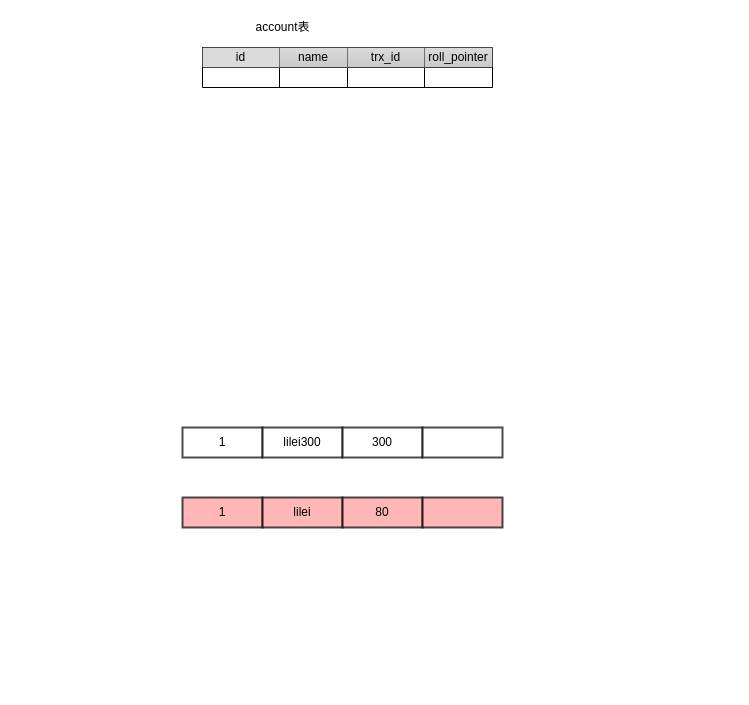
This is page "undo日志版本链与read view机制详解" (8 of 9) of mysql/MySQL索引数据结构.drawio from LiHuiBin1995/study-java, a draw.io file, before an edit. Source tidied: cells renumbered, new cells numbered last; positions are measured from the earlier drawing's top-left corner, leaving out a move shared by most shapes. Both pictures are drawn from the tidied source at 100%, with x=0, y=0 at pixel (182, 17).
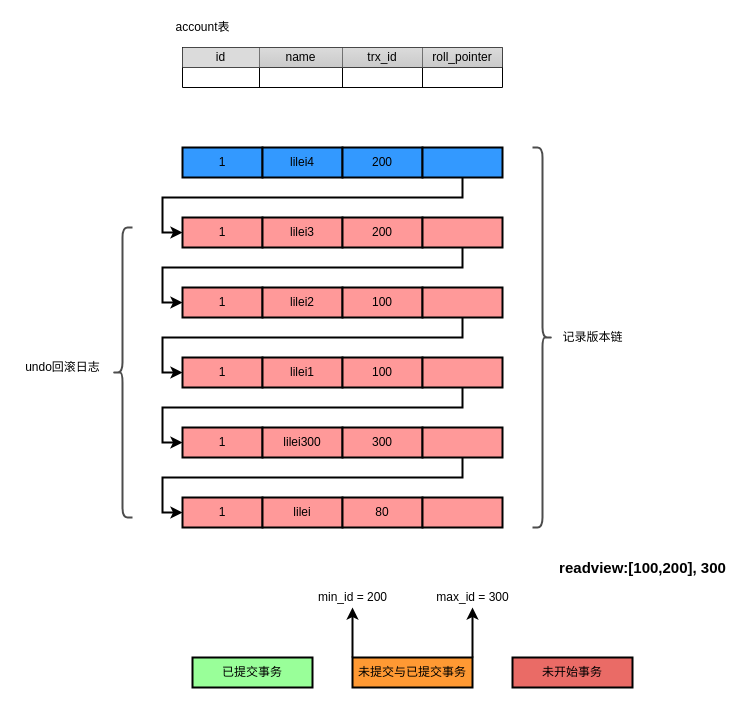
After the change.

Commit message:
更新MySQL索引数据结构.drawio

What changed in the source:
```diff
@@
     <mxCell id="2" value="account表" style="text;html=1;align=center;verticalAlign=middle;strokeColor=none;" parent="1" vertex="1">
-      <mxGeometry x="65" width="70" height="20" as="geometry" />
+      <mxGeometry x="-15" width="70" height="20" as="geometry" />
     </mxCell>
     <mxCell id="3" style="shape=table;startSize=0;childLayout=tableLayout;" parent="1" vertex="1">
-      <mxGeometry x="20" y="30" width="290" height="40" as="geometry" />
+      <mxGeometry y="30" width="320" height="40" as="geometry" />
     </mxCell>
     <mxCell id="4" style="shape=partialRectangle;fillColor=none;top=0;left=0;bottom=0;right=0;" parent="3" vertex="1">
-      <mxGeometry width="290" height="20" as="geometry" />
+      <mxGeometry width="320" height="20" as="geometry" />
     </mxCell>
@@
     <mxCell id="6" value="name" style="shape=partialRectangle;html=1;whiteSpace=wrap;overflow=hidden;top=0;left=0;bottom=0;right=0;gradientColor=#b3b3b3;fillColor=#CCCCCC;strokeWidth=1;opacity=70;" parent="4" vertex="1">
-      <mxGeometry x="77" width="68" height="20" as="geometry" />
+      <mxGeometry x="77" width="83" height="20" as="geometry" />
     </mxCell>
     <mxCell id="7" value="trx_id" style="shape=partialRectangle;html=1;whiteSpace=wrap;overflow=hidden;top=0;left=0;bottom=0;right=0;gradientColor=#b3b3b3;fillColor=#CCCCCC;strokeWidth=1;opacity=70;" parent="4" vertex="1">
-      <mxGeometry x="145" width="77" height="20" as="geometry" />
+      <mxGeometry x="160" width="80" height="20" as="geometry" />
     </mxCell>
     <mxCell id="8" value="roll_pointer" style="shape=partialRectangle;html=1;whiteSpace=wrap;overflow=hidden;top=0;left=0;bottom=0;right=0;gradientColor=#b3b3b3;fillColor=#CCCCCC;strokeWidth=1;opacity=70;" parent="4" vertex="1">
-      <mxGeometry x="222" width="68" height="20" as="geometry" />
+      <mxGeometry x="240" width="80" height="20" as="geometry" />
     </mxCell>
     <mxCell id="9" style="shape=partialRectangle;fillColor=none;top=0;left=0;bottom=0;right=0;" parent="3" vertex="1">
-      <mxGeometry y="20" width="290" height="20" as="geometry" />
+      <mxGeometry y="20" width="320" height="20" as="geometry" />
     </mxCell>
@@
     <mxCell id="11" style="shape=partialRectangle;html=1;whiteSpace=wrap;overflow=hidden;fillColor=none;top=0;left=0;bottom=0;right=0;" parent="9" vertex="1">
-      <mxGeometry x="77" width="68" height="20" as="geometry" />
+      <mxGeometry x="77" width="83" height="20" as="geometry" />
     </mxCell>
     <mxCell id="12" style="shape=partialRectangle;html=1;whiteSpace=wrap;overflow=hidden;fillColor=none;top=0;left=0;bottom=0;right=0;" parent="9" vertex="1">
-      <mxGeometry x="145" width="77" height="20" as="geometry" />
+      <mxGeometry x="160" width="80" height="20" as="geometry" />
     </mxCell>
     <mxCell id="13" style="shape=partialRectangle;html=1;whiteSpace=wrap;overflow=hidden;fillColor=none;top=0;left=0;bottom=0;right=0;" parent="9" vertex="1">
-      <mxGeometry x="222" width="68" height="20" as="geometry" />
+      <mxGeometry x="240" width="80" height="20" as="geometry" />
     </mxCell>
-    <mxCell id="14" value="1" style="rounded=0;whiteSpace=wrap;html=1;startSize=0;strokeColor=#000000;strokeWidth=2;opacity=70;fillColor=#FF9999;" parent="1" vertex="1">
+    <mxCell id="14" value="1" style="rounded=0;whiteSpace=wrap;html=1;startSize=0;strokeColor=#000000;strokeWidth=2;fillColor=#FF9999;" parent="1" vertex="1">
       <mxGeometry y="480" width="80" height="30" as="geometry" />
     </mxCell>
-    <mxCell id="15" value="lilei" style="rounded=0;whiteSpace=wrap;html=1;startSize=0;strokeColor=#000000;strokeWidth=2;opacity=70;fillColor=#FF9999;" parent="1" vertex="1">
+    <mxCell id="15" value="lilei" style="rounded=0;whiteSpace=wrap;html=1;startSize=0;strokeColor=#000000;strokeWidth=2;fillColor=#FF9999;" parent="1" vertex="1">
       <mxGeometry x="80" y="480" width="80" height="30" as="geometry" />
     </mxCell>
-    <mxCell id="16" value="80" style="rounded=0;whiteSpace=wrap;html=1;startSize=0;strokeColor=#000000;strokeWidth=2;opacity=70;fillColor=#FF9999;" parent="1" vertex="1">
+    <mxCell id="16" value="80" style="rounded=0;whiteSpace=wrap;html=1;startSize=0;strokeColor=#000000;strokeWidth=2;fillColor=#FF9999;" parent="1" vertex="1">
       <mxGeometry x="160" y="480" width="80" height="30" as="geometry" />
     </mxCell>
-    <mxCell id="17" style="rounded=0;whiteSpace=wrap;html=1;startSize=0;strokeColor=#000000;strokeWidth=2;opacity=70;fillColor=#FF9999;" parent="1" vertex="1">
+    <mxCell id="17" style="rounded=0;whiteSpace=wrap;html=1;startSize=0;strokeColor=#000000;strokeWidth=2;fillColor=#FF9999;" parent="1" vertex="1">
       <mxGeometry x="240" y="480" width="80" height="30" as="geometry" />
     </mxCell>
-    <mxCell id="18" value="1" style="rounded=0;whiteSpace=wrap;html=1;startSize=0;strokeColor=#000000;strokeWidth=2;opacity=70;fillColor=#FFFFFF;" parent="1" vertex="1">
+    <mxCell id="18" value="1" style="rounded=0;whiteSpace=wrap;html=1;startSize=0;strokeColor=#000000;strokeWidth=2;fillColor=#FF9999;" parent="1" vertex="1">
       <mxGeometry y="410" width="80" height="30" as="geometry" />
     </mxCell>
-    <mxCell id="19" value="lilei300" style="rounded=0;whiteSpace=wrap;html=1;startSize=0;strokeColor=#000000;strokeWidth=2;opacity=70;fillColor=#FFFFFF;" parent="1" vertex="1">
+    <mxCell id="19" value="lilei300" style="rounded=0;whiteSpace=wrap;html=1;startSize=0;strokeColor=#000000;strokeWidth=2;fillColor=#FF9999;" parent="1" vertex="1">
       <mxGeometry x="80" y="410" width="80" height="30" as="geometry" />
     </mxCell>
-    <mxCell id="20" value="300" style="rounded=0;whiteSpace=wrap;html=1;startSize=0;strokeColor=#000000;strokeWidth=2;opacity=70;fillColor=#FFFFFF;" parent="1" vertex="1">
+    <mxCell id="20" value="300" style="rounded=0;whiteSpace=wrap;html=1;startSize=0;strokeColor=#000000;strokeWidth=2;fillColor=#FF9999;" parent="1" vertex="1">
       <mxGeometry x="160" y="410" width="80" height="30" as="geometry" />
     </mxCell>
+    <mxCell id="22" style="edgeStyle=orthogonalEdgeStyle;rounded=0;jettySize=auto;html=1;startSize=0;entryX=0;entryY=0.5;entryDx=0;entryDy=0;strokeWidth=2;" parent="1" edge="1" source="21" target="14">
+      <mxGeometry relative="1" as="geometry">
+        <Array as="points">
+          <mxPoint x="280" y="460" />
+          <mxPoint x="-20" y="460" />
+          <mxPoint x="-20" y="495" />
+        </Array>
+      </mxGeometry>
+    </mxCell>
-    <mxCell id="21" style="rounded=0;whiteSpace=wrap;html=1;startSize=0;strokeColor=#000000;strokeWidth=2;opacity=70;fillColor=#FFFFFF;" parent="1" vertex="1">
+    <mxCell id="21" style="rounded=0;whiteSpace=wrap;html=1;startSize=0;strokeColor=#000000;strokeWidth=2;fillColor=#FF9999;" parent="1" vertex="1">
       <mxGeometry x="240" y="410" width="80" height="30" as="geometry" />
     </mxCell>
+    <mxCell id="23" value="1" style="rounded=0;whiteSpace=wrap;html=1;startSize=0;strokeColor=#000000;strokeWidth=2;fillColor=#FF9999;" parent="1" vertex="1">
+      <mxGeometry y="340" width="80" height="30" as="geometry" />
+    </mxCell>
+    <mxCell id="24" value="lilei1" style="rounded=0;whiteSpace=wrap;html=1;startSize=0;strokeColor=#000000;strokeWidth=2;fillColor=#FF9999;" parent="1" vertex="1">
+      <mxGeometry x="80" y="340" width="80" height="30" as="geometry" />
+    </mxCell>
+    <mxCell id="25" value="100" style="rounded=0;whiteSpace=wrap;html=1;startSize=0;strokeColor=#000000;strokeWidth=2;fillColor=#FF9999;" parent="1" vertex="1">
+      <mxGeometry x="160" y="340" width="80" height="30" as="geometry" />
+    </mxCell>
+    <mxCell id="26" style="edgeStyle=orthogonalEdgeStyle;rounded=0;jettySize=auto;html=1;startSize=0;strokeWidth=2;entryX=0;entryY=0.5;entryDx=0;entryDy=0;" parent="1" edge="1" source="27" target="18">
+      <mxGeometry relative="1" as="geometry">
+        <Array as="points">
+          <mxPoint x="280" y="390" />
+          <mxPoint x="-20" y="390" />
+          <mxPoint x="-20" y="425" />
+        </Array>
+      </mxGeometry>
+    </mxCell>
+    <mxCell id="27" style="rounded=0;whiteSpace=wrap;html=1;startSize=0;strokeColor=#000000;strokeWidth=2;fillColor=#FF9999;" parent="1" vertex="1">
+      <mxGeometry x="240" y="340" width="80" height="30" as="geometry" />
+    </mxCell>
+    <mxCell id="28" value="1" style="rounded=0;whiteSpace=wrap;html=1;startSize=0;strokeColor=#000000;strokeWidth=2;fillColor=#FF9999;" parent="1" vertex="1">
+      <mxGeometry y="270" width="80" height="30" as="geometry" />
+    </mxCell>
+    <mxCell id="29" value="lilei2" style="rounded=0;whiteSpace=wrap;html=1;startSize=0;strokeColor=#000000;strokeWidth=2;fillColor=#FF9999;" parent="1" vertex="1">
+      <mxGeometry x="80" y="270" width="80" height="30" as="geometry" />
+    </mxCell>
+    <mxCell id="30" value="100" style="rounded=0;whiteSpace=wrap;html=1;startSize=0;strokeColor=#000000;strokeWidth=2;fillColor=#FF9999;" parent="1" vertex="1">
+      <mxGeometry x="160" y="270" width="80" height="30" as="geometry" />
+    </mxCell>
+    <mxCell id="31" style="edgeStyle=orthogonalEdgeStyle;rounded=0;jettySize=auto;html=1;startSize=0;strokeWidth=2;entryX=0;entryY=0.5;entryDx=0;entryDy=0;" parent="1" edge="1" source="32" target="23">
+      <mxGeometry relative="1" as="geometry">
+        <Array as="points">
+          <mxPoint x="280" y="320" />
+          <mxPoint x="-20" y="320" />
+          <mxPoint x="-20" y="355" />
+        </Array>
+      </mxGeometry>
+    </mxCell>
+    <mxCell id="32" style="rounded=0;whiteSpace=wrap;html=1;startSize=0;strokeColor=#000000;strokeWidth=2;fillColor=#FF9999;" parent="1" vertex="1">
+      <mxGeometry x="240" y="270" width="80" height="30" as="geometry" />
+    </mxCell>
+    <mxCell id="33" value="1" style="rounded=0;whiteSpace=wrap;html=1;startSize=0;strokeColor=#000000;strokeWidth=2;fillColor=#FF9999;" parent="1" vertex="1">
+      <mxGeometry y="200" width="80" height="30" as="geometry" />
+    </mxCell>
+    <mxCell id="34" value="lilei3" style="rounded=0;whiteSpace=wrap;html=1;startSize=0;strokeColor=#000000;strokeWidth=2;fillColor=#FF9999;" parent="1" vertex="1">
+      <mxGeometry x="80" y="200" width="80" height="30" as="geometry" />
+    </mxCell>
+    <mxCell id="35" value="200" style="rounded=0;whiteSpace=wrap;html=1;startSize=0;strokeColor=#000000;strokeWidth=2;fillColor=#FF9999;" parent="1" vertex="1">
+      <mxGeometry x="160" y="200" width="80" height="30" as="geometry" />
+    </mxCell>
+    <mxCell id="36" style="edgeStyle=orthogonalEdgeStyle;rounded=0;jettySize=auto;html=1;startSize=0;strokeWidth=2;entryX=0;entryY=0.5;entryDx=0;entryDy=0;" parent="1" edge="1" source="37" target="28">
+      <mxGeometry relative="1" as="geometry">
+        <Array as="points">
+          <mxPoint x="280" y="250" />
+          <mxPoint x="-20" y="250" />
+          <mxPoint x="-20" y="285" />
+        </Array>
+      </mxGeometry>
+    </mxCell>
+    <mxCell id="37" style="rounded=0;whiteSpace=wrap;html=1;startSize=0;strokeColor=#000000;strokeWidth=2;fillColor=#FF9999;" parent="1" vertex="1">
+      <mxGeometry x="240" y="200" width="80" height="30" as="geometry" />
+    </mxCell>
+    <mxCell id="38" value="1" style="rounded=0;whiteSpace=wrap;html=1;startSize=0;strokeColor=#000000;strokeWidth=2;fillColor=#3399FF;" parent="1" vertex="1">
+      <mxGeometry y="130" width="80" height="30" as="geometry" />
+    </mxCell>
+    <mxCell id="39" value="lilei4" style="rounded=0;whiteSpace=wrap;html=1;startSize=0;strokeColor=#000000;strokeWidth=2;fillColor=#3399FF;" parent="1" vertex="1">
+      <mxGeometry x="80" y="130" width="80" height="30" as="geometry" />
+    </mxCell>
+    <mxCell id="40" value="200" style="rounded=0;whiteSpace=wrap;html=1;startSize=0;strokeColor=#000000;strokeWidth=2;fillColor=#3399FF;" parent="1" vertex="1">
+      <mxGeometry x="160" y="130" width="80" height="30" as="geometry" />
+    </mxCell>
+    <mxCell id="41" style="edgeStyle=orthogonalEdgeStyle;rounded=0;jettySize=auto;html=1;startSize=0;strokeWidth=2;entryX=0;entryY=0.5;entryDx=0;entryDy=0;" parent="1" edge="1" source="42" target="33">
+      <mxGeometry relative="1" as="geometry">
+        <Array as="points">
+          <mxPoint x="280" y="180" />
+          <mxPoint x="-20" y="180" />
+          <mxPoint x="-20" y="215" />
+        </Array>
+      </mxGeometry>
+    </mxCell>
+    <mxCell id="42" style="rounded=0;whiteSpace=wrap;html=1;startSize=0;strokeColor=#000000;strokeWidth=2;fillColor=#3399FF;" parent="1" vertex="1">
+      <mxGeometry x="240" y="130" width="80" height="30" as="geometry" />
+    </mxCell>
+    <mxCell id="43" style="shape=curlyBracket;whiteSpace=wrap;html=1;rounded=1;startSize=0;strokeColor=#000000;strokeWidth=2;fillColor=#3399FF;opacity=70;" parent="1" vertex="1">
+      <mxGeometry x="-70" y="210" width="20" height="290" as="geometry" />
+    </mxCell>
+    <mxCell id="44" value="undo回滚日志" style="text;html=1;align=center;verticalAlign=middle;strokeColor=none;" parent="1" vertex="1">
+      <mxGeometry x="-165" y="340" width="90" height="20" as="geometry" />
+    </mxCell>
+    <mxCell id="45" style="shape=curlyBracket;whiteSpace=wrap;html=1;rounded=1;flipH=1;startSize=0;strokeColor=#000000;strokeWidth=2;fillColor=#3399FF;opacity=70;" parent="1" vertex="1">
+      <mxGeometry x="350" y="130" width="20" height="380" as="geometry" />
+    </mxCell>
+    <mxCell id="46" value="记录版本链" style="text;html=1;align=center;verticalAlign=middle;strokeColor=none;" parent="1" vertex="1">
+      <mxGeometry x="370" y="310" width="80" height="20" as="geometry" />
+    </mxCell>
+    <mxCell id="47" value="已提交事务" style="rounded=0;whiteSpace=wrap;html=1;startSize=0;strokeWidth=2;fillColor=#99FF99;" parent="1" vertex="1">
+      <mxGeometry x="10" y="640" width="120" height="30" as="geometry" />
+    </mxCell>
+    <mxCell id="48" style="edgeStyle=orthogonalEdgeStyle;rounded=0;jettySize=auto;html=1;exitX=0;exitY=0;exitDx=0;exitDy=0;startSize=0;strokeWidth=2;" parent="1" edge="1" source="50">
+      <mxGeometry relative="1" as="geometry">
+        <mxPoint x="170" y="590" as="targetPoint" />
+      </mxGeometry>
+    </mxCell>
+    <mxCell id="49" style="edgeStyle=orthogonalEdgeStyle;rounded=0;jettySize=auto;html=1;exitX=1;exitY=0;exitDx=0;exitDy=0;startSize=0;strokeWidth=2;" parent="1" edge="1" source="50">
+      <mxGeometry relative="1" as="geometry">
+        <mxPoint x="290" y="590" as="targetPoint" />
+      </mxGeometry>
+    </mxCell>
+    <mxCell id="50" value="未提交与已提交事务" style="rounded=0;whiteSpace=wrap;html=1;startSize=0;strokeWidth=2;fillColor=#FF9933;" parent="1" vertex="1">
+      <mxGeometry x="170" y="640" width="120" height="30" as="geometry" />
+    </mxCell>
+    <mxCell id="51" value="未开始事务" style="rounded=0;whiteSpace=wrap;html=1;startSize=0;strokeWidth=2;fillColor=#EA6B66;" parent="1" vertex="1">
+      <mxGeometry x="330" y="640" width="120" height="30" as="geometry" />
+    </mxCell>
+    <mxCell id="52" value="min_id = 200" style="text;html=1;align=center;verticalAlign=middle;strokeColor=none;" parent="1" vertex="1">
+      <mxGeometry x="130" y="570" width="80" height="20" as="geometry" />
+    </mxCell>
+    <mxCell id="53" value="max_id = 300" style="text;html=1;align=center;verticalAlign=middle;strokeColor=none;" parent="1" vertex="1">
+      <mxGeometry x="245" y="570" width="90" height="20" as="geometry" />
+    </mxCell>
+    <mxCell id="54" value="&lt;b&gt;&lt;font style=&quot;font-size: 15px&quot;&gt;readview:[100,200], 300&lt;/font&gt;&lt;/b&gt;" style="text;html=1;align=center;verticalAlign=middle;strokeColor=none;" parent="1" vertex="1">
+      <mxGeometry x="370" y="540" width="180" height="20" as="geometry" />
+    </mxCell>
```
